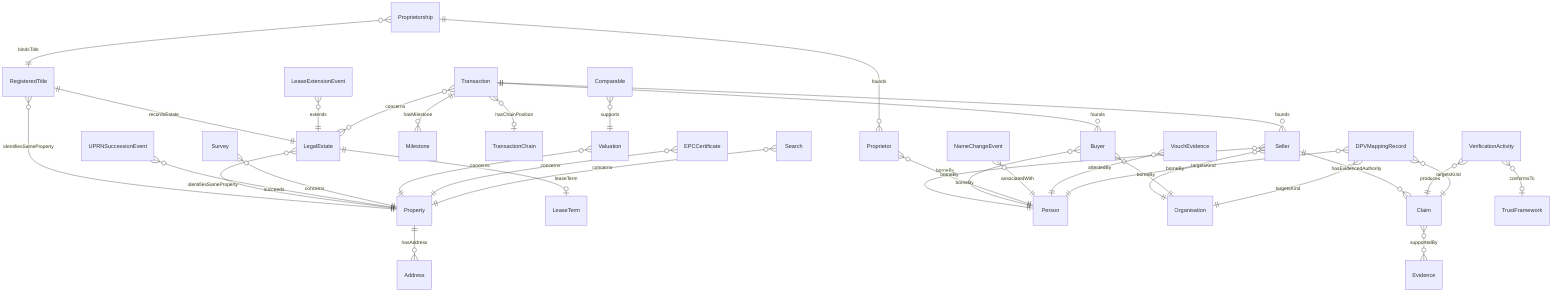
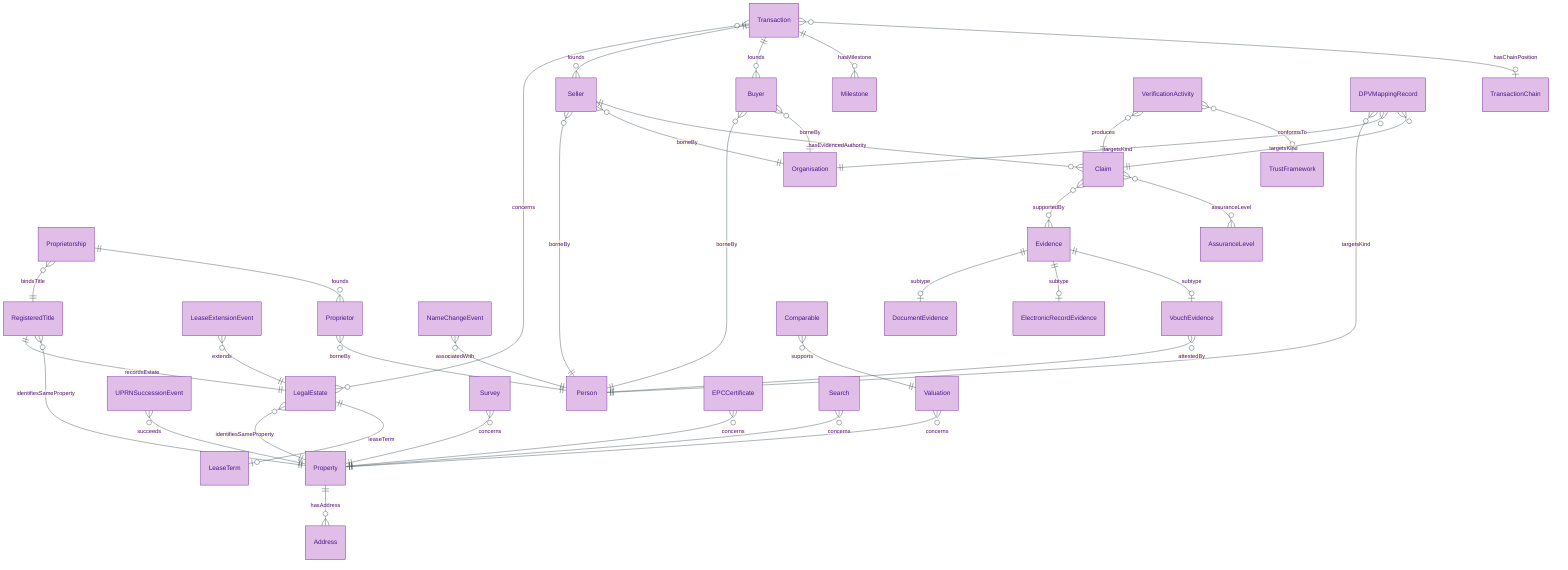
+ %%{init: {"theme": "base", "themeVariables": {"primaryColor": "#E1BEE7", "primaryTextColor": "#4A148C", "primaryBorderColor": "#6A1B9A", "lineColor": "#37474F", "secondaryColor": "#B3E5FC", "tertiaryColor": "#FFF8E1"}}}%%
erDiagram
+     accTitle: OPDA Logical Model — Master Entity-Relationship Diagram
+     accDescr: Cross-module ER diagram showing all 41 entities across 7 modules (foundation, property, agent, transaction, claim, governance, descriptive) and their inter-module relationships.
+ 
    Property ||--o{ Address : "hasAddress"
    RegisteredTitle ||--|| LegalEstate : "recordsEstate"
    RegisteredTitle }o--|| Property : "identifiesSameProperty"
    LegalEstate }o--|| Property : "identifiesSameProperty"
    LegalEstate ||--o| LeaseTerm : "leaseTerm"
    LeaseExtensionEvent }o--|| LegalEstate : "extends"
    UPRNSuccessionEvent }o--|| Property : "succeeds"

    Transaction }o--o{ LegalEstate : "concerns"
    Transaction ||--o{ Seller : "founds"
    Transaction ||--o{ Buyer : "founds"
    Transaction ||--o{ Milestone : "hasMilestone"
    Transaction }o--o| TransactionChain : "hasChainPosition"

    Seller }o--|| Person : "borneBy"
    Seller }o--|| Organisation : "borneBy"
    Buyer }o--|| Person : "borneBy"
    Buyer }o--|| Organisation : "borneBy"
    Proprietorship }o--|| RegisteredTitle : "bindsTitle"
    Proprietorship ||--o{ Proprietor : "founds"
    Proprietor }o--|| Person : "borneBy"
    NameChangeEvent }o--|| Person : "associatedWith"

    Seller ||--o{ Claim : "hasEvidencedAuthority"
    Claim }o--o{ Evidence : "supportedBy"
+     Evidence ||--o| DocumentEvidence : "subtype"
+     Evidence ||--o| ElectronicRecordEvidence : "subtype"
+     Evidence ||--o| VouchEvidence : "subtype"
    VerificationActivity }o--|| Claim : "produces"
    VerificationActivity }o--o| TrustFramework : "conformsTo"
+     Claim }o--o{ AssuranceLevel : "assuranceLevel"
    VouchEvidence }o--|| Person : "attestedBy"

    DPVMappingRecord }o--|| Person : "targetsKind"
    DPVMappingRecord }o--|| Organisation : "targetsKind"
    DPVMappingRecord }o--|| Claim : "targetsKind"

    Survey }o--|| Property : "concerns"
    Valuation }o--|| Property : "concerns"
    EPCCertificate }o--|| Property : "concerns"
    Search }o--|| Property : "concerns"
    Comparable }o--|| Valuation : "supports"
